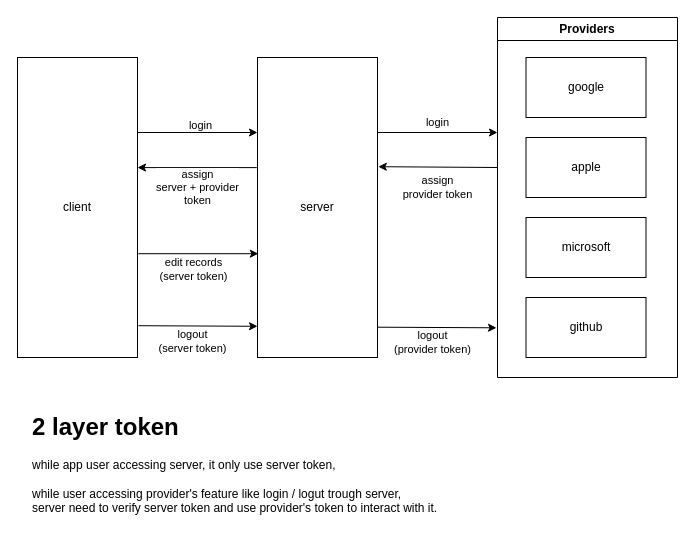
Earlier version of the draw.io diagram page "Page-1" (1 of 2) of plan/auth.drawio (Justin26l/VeryExpress). Source tidied: cells renumbered, new cells numbered last; positions are measured from the earlier drawing's top-left corner, leaving out a move shared by most shapes. Both pictures are drawn from the tidied source at 100%, with x=0, y=0 at pixel (17, 17).
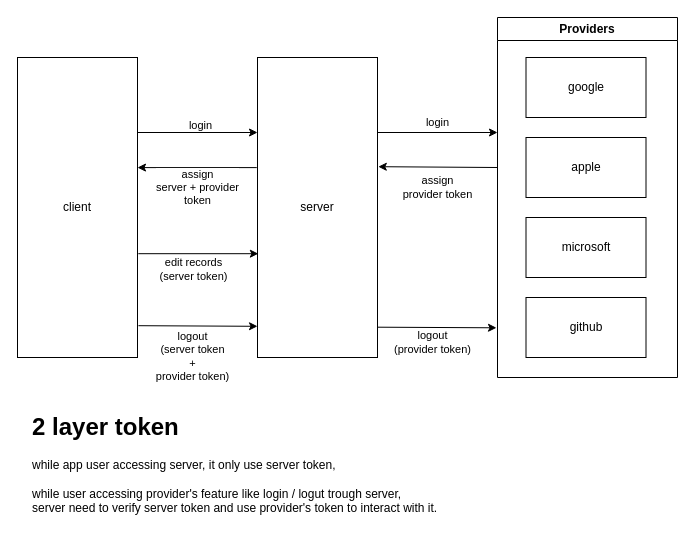
The same page after the edit.

Unchanged cells that the change refers to:
```xml
<mxCell id="17" style="edgeStyle=none;html=1;entryX=0;entryY=0.896;entryDx=0;entryDy=0;entryPerimeter=0;exitX=1.008;exitY=0.894;exitDx=0;exitDy=0;exitPerimeter=0;" parent="1" edge="1" source="6" target="9">
  <mxGeometry relative="1" as="geometry" />
</mxCell>
```

What changed in the source:
```diff
@@
-    <mxCell id="18" value="logout&lt;br&gt;(server token)" style="edgeLabel;html=1;align=center;verticalAlign=middle;" parent="17" vertex="1">
+    <mxCell id="18" value="logout&lt;br&gt;(server token &lt;br&gt;+ &lt;br&gt;provider token)" style="edgeLabel;html=1;align=center;verticalAlign=middle;" parent="17" vertex="1">
       <mxGeometry x="-0.09" y="2" relative="1" as="geometry">
-        <mxPoint y="17" as="offset" />
+        <mxPoint y="32" as="offset" />
       </mxGeometry>
     </mxCell>
```
